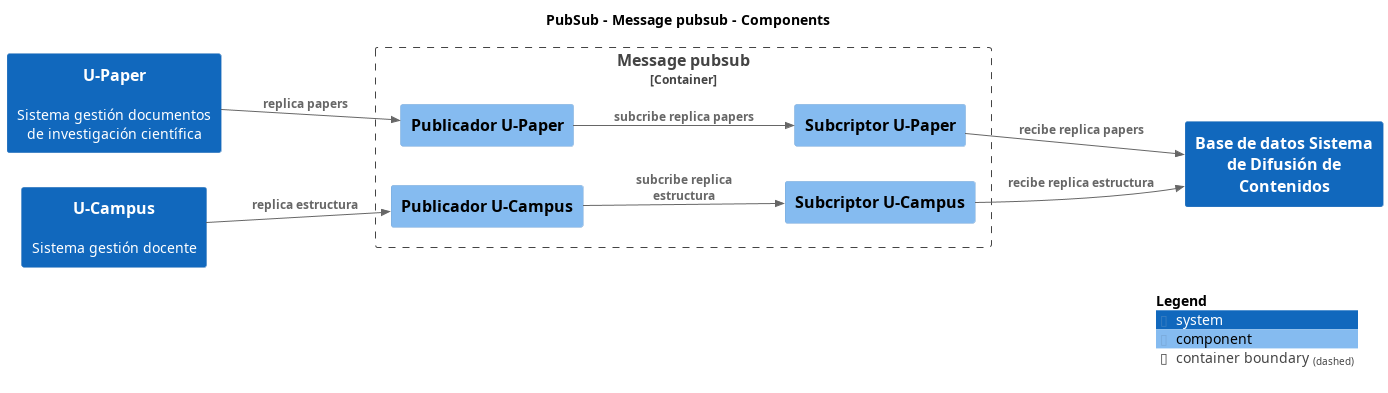
This is build/site/master/png/Component-003.png from nbrx/c4-dcc-arq, a PlantUML export, as it was before one commit.
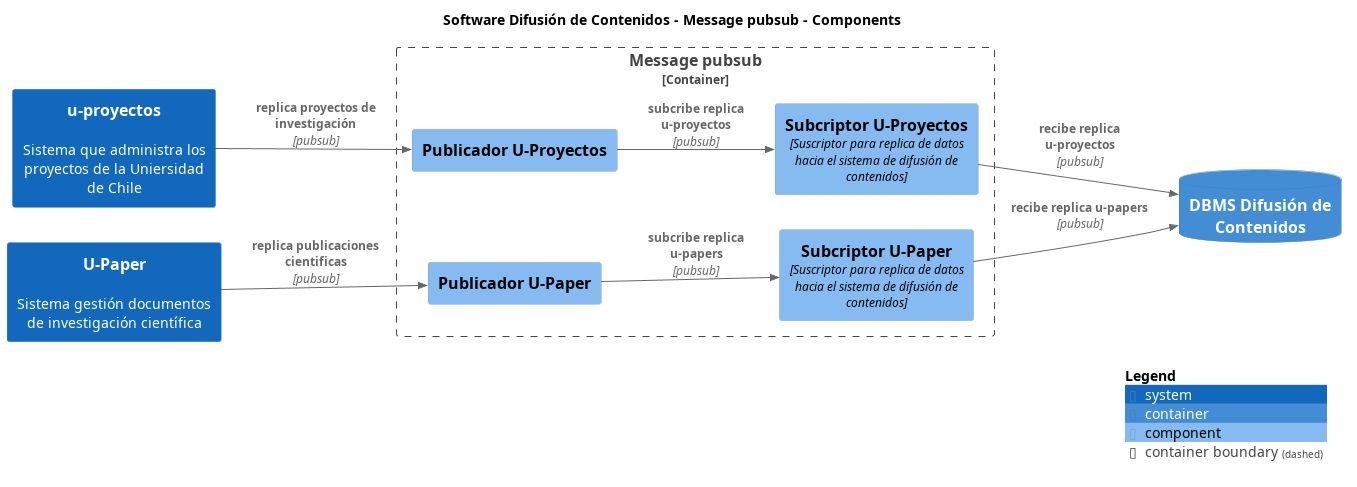
After the commit.

What changed in the source:
```diff
@@ -1,30 +1,31 @@
 @startuml
 set separator none
-title PubSub - Message pubsub - Components
+title Software Difusión de Contenidos - Message pubsub - Components
 
 left to right direction
 
 !include <C4/C4>
 !include <C4/C4_Context>
+!include <C4/C4_Container>
 !include <C4/C4_Component>
 
-System(BasededatosSistemadeDifusióndeContenidos, "Base de datos Sistema de Difusión de Contenidos", "", $tags="")
+ContainerDb(SoftwareDifusióndeContenidos.DBMSDifusióndeContenidos, "DBMS Difusión de Contenidos", "", $tags="")
+System(uproyectos, "u-proyectos", "Sistema que administra los proyectos de la Uniersidad de Chile", $tags="")
 System(UPaper, "U-Paper", "Sistema gestión documentos de investigación científica", $tags="")
-System(UCampus, "U-Campus", "Sistema gestión docente", $tags="")
 
-Container_Boundary("PubSub.Messagepubsub_boundary", "Message pubsub", $tags="") {
-  Component(PubSub.Messagepubsub.PublicadorUPaper, "Publicador U-Paper", "", $tags="")
-  Component(PubSub.Messagepubsub.SubcriptorUCampus, "Subcriptor U-Campus", "", $tags="")
-  Component(PubSub.Messagepubsub.SubcriptorUPaper, "Subcriptor U-Paper", "", $tags="")
-  Component(PubSub.Messagepubsub.PublicadorUCampus, "Publicador U-Campus", "", $tags="")
+Container_Boundary("SoftwareDifusióndeContenidos.Messagepubsub_boundary", "Message pubsub", $tags="") {
+  Component(SoftwareDifusióndeContenidos.Messagepubsub.PublicadorUPaper, "Publicador U-Paper", "", $tags="")
+  Component(SoftwareDifusióndeContenidos.Messagepubsub.PublicadorUProyectos, "Publicador U-Proyectos", "", $tags="")
+  Component(SoftwareDifusióndeContenidos.Messagepubsub.SubcriptorUProyectos, "Subcriptor U-Proyectos", "Suscriptor para replica de datos hacia el sistema de difusión de contenidos", $tags="")
+  Component(SoftwareDifusióndeContenidos.Messagepubsub.SubcriptorUPaper, "Subcriptor U-Paper", "Suscriptor para replica de datos hacia el sistema de difusión de contenidos", $tags="")
 }
 
-Rel_D(PubSub.Messagepubsub.PublicadorUCampus, PubSub.Messagepubsub.SubcriptorUCampus, "subcribe replica estructura", $tags="")
-Rel_D(PubSub.Messagepubsub.SubcriptorUCampus, BasededatosSistemadeDifusióndeContenidos, "recibe replica estructura", $tags="")
-Rel_D(PubSub.Messagepubsub.PublicadorUPaper, PubSub.Messagepubsub.SubcriptorUPaper, "subcribe replica papers", $tags="")
-Rel_D(PubSub.Messagepubsub.SubcriptorUPaper, BasededatosSistemadeDifusióndeContenidos, "recibe replica papers", $tags="")
-Rel_D(UCampus, PubSub.Messagepubsub.PublicadorUCampus, "replica estructura", $tags="")
-Rel_D(UPaper, PubSub.Messagepubsub.PublicadorUPaper, "replica papers", $tags="")
+Rel_D(uproyectos, SoftwareDifusióndeContenidos.Messagepubsub.PublicadorUProyectos, "replica proyectos de investigación", "pubsub", $tags="")
+Rel_D(SoftwareDifusióndeContenidos.Messagepubsub.PublicadorUProyectos, SoftwareDifusióndeContenidos.Messagepubsub.SubcriptorUProyectos, "subcribe replica u-proyectos", "pubsub", $tags="")
+Rel_D(SoftwareDifusióndeContenidos.Messagepubsub.SubcriptorUProyectos, SoftwareDifusióndeContenidos.DBMSDifusióndeContenidos, "recibe replica u-proyectos", "pubsub", $tags="")
+Rel_D(UPaper, SoftwareDifusióndeContenidos.Messagepubsub.PublicadorUPaper, "replica publicaciones cientificas", "pubsub", $tags="")
+Rel_D(SoftwareDifusióndeContenidos.Messagepubsub.PublicadorUPaper, SoftwareDifusióndeContenidos.Messagepubsub.SubcriptorUPaper, "subcribe replica u-papers", "pubsub", $tags="")
+Rel_D(SoftwareDifusióndeContenidos.Messagepubsub.SubcriptorUPaper, SoftwareDifusióndeContenidos.DBMSDifusióndeContenidos, "recibe replica u-papers", "pubsub", $tags="")
 
 SHOW_LEGEND(true)
 @enduml
```
